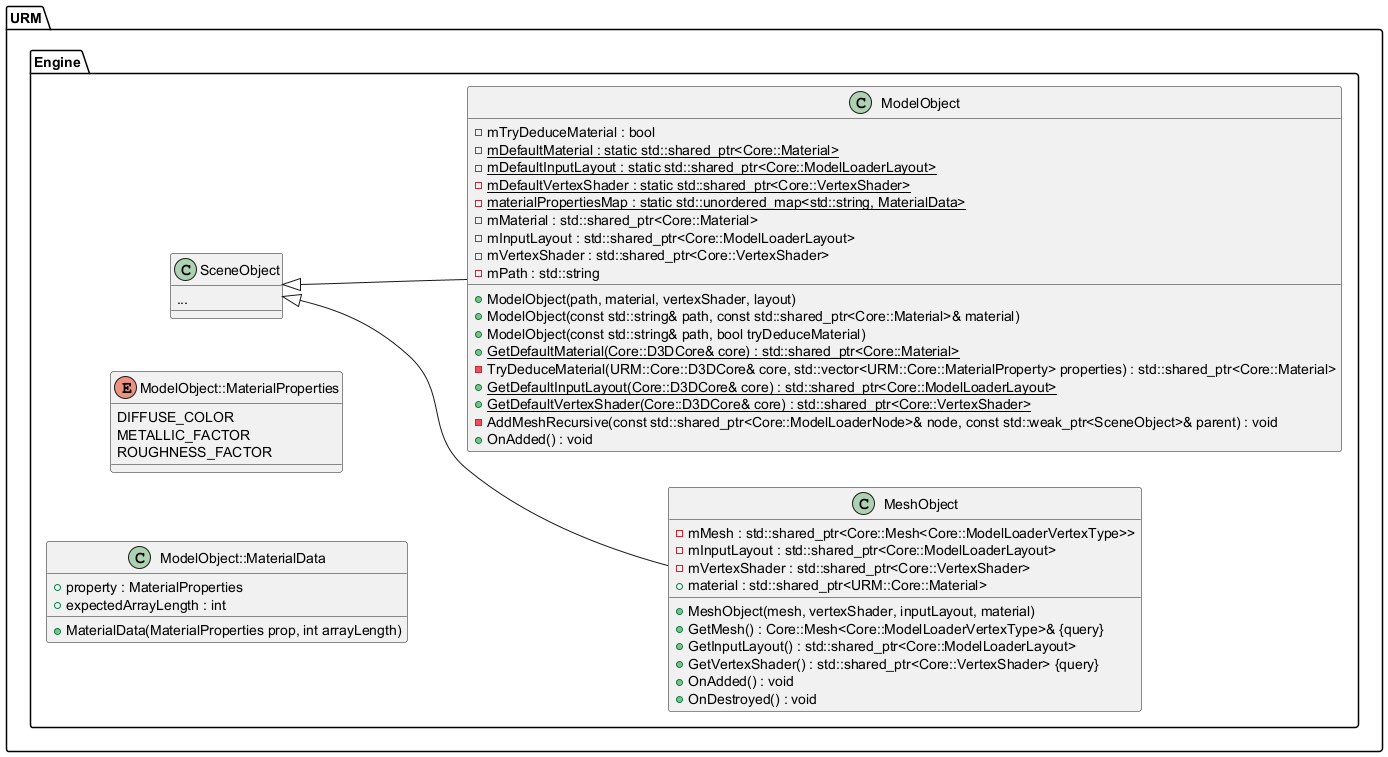
MinikPLayer/MasterThesis_UniversalRenderingModule_D3D11 keeps this PlantUML diagram as Latex/images/UML/sceneobjects_model.png. Above is the earlier version. Source of this version:
```plantuml
@startuml
left to right direction






namespace URM {
	namespace Engine {
		class MeshObject {
+MeshObject(mesh, vertexShader, inputLayout, material)
			+GetMesh() : Core::Mesh<Core::ModelLoaderVertexType>& {query}
			-mMesh : std::shared_ptr<Core::Mesh<Core::ModelLoaderVertexType>>
			+GetInputLayout() : std::shared_ptr<Core::ModelLoaderLayout>
			-mInputLayout : std::shared_ptr<Core::ModelLoaderLayout>
			+GetVertexShader() : std::shared_ptr<Core::VertexShader> {query}
			-mVertexShader : std::shared_ptr<Core::VertexShader>
			+material : std::shared_ptr<URM::Core::Material>
			+OnAdded() : void
			+OnDestroyed() : void
		}

		class ModelObject {
+ModelObject(path, material, vertexShader, layout)
			+ModelObject(const std::string& path, const std::shared_ptr<Core::Material>& material)
			+ModelObject(const std::string& path, bool tryDeduceMaterial)
			-mTryDeduceMaterial : bool
			-{static} mDefaultMaterial : static std::shared_ptr<Core::Material>
			-{static} mDefaultInputLayout : static std::shared_ptr<Core::ModelLoaderLayout>
			-{static} mDefaultVertexShader : static std::shared_ptr<Core::VertexShader>
			-{static} materialPropertiesMap : static std::unordered_map<std::string, MaterialData>
			+{static} GetDefaultMaterial(Core::D3DCore& core) : std::shared_ptr<Core::Material>
			-TryDeduceMaterial(URM::Core::D3DCore& core, std::vector<URM::Core::MaterialProperty> properties) : std::shared_ptr<Core::Material>
			-mMaterial : std::shared_ptr<Core::Material>
			+{static} GetDefaultInputLayout(Core::D3DCore& core) : std::shared_ptr<Core::ModelLoaderLayout>
			-mInputLayout : std::shared_ptr<Core::ModelLoaderLayout>
			+{static} GetDefaultVertexShader(Core::D3DCore& core) : std::shared_ptr<Core::VertexShader>
			-mVertexShader : std::shared_ptr<Core::VertexShader>
			-mPath : std::string
			-AddMeshRecursive(const std::shared_ptr<Core::ModelLoaderNode>& node, const std::weak_ptr<SceneObject>& parent) : void
			+OnAdded() : void
		}

		class SceneObject {
		...
		}

		enum ModelObject::MaterialProperties {
			DIFFUSE_COLOR
			METALLIC_FACTOR
			ROUGHNESS_FACTOR
		}

		class ModelObject::MaterialData {
			+MaterialData(MaterialProperties prop, int arrayLength)
			+property : MaterialProperties
			+expectedArrayLength : int
		}
	}
}






URM.Engine.SceneObject <|-- URM.Engine.MeshObject


URM.Engine.SceneObject <|-- URM.Engine.ModelObject













URM.Engine.ModelObject +-- URM.Engine.ModelObject.MaterialData


URM.Engine.ModelObject +-- URM.Engine.ModelObject.MaterialProperties




@enduml
```
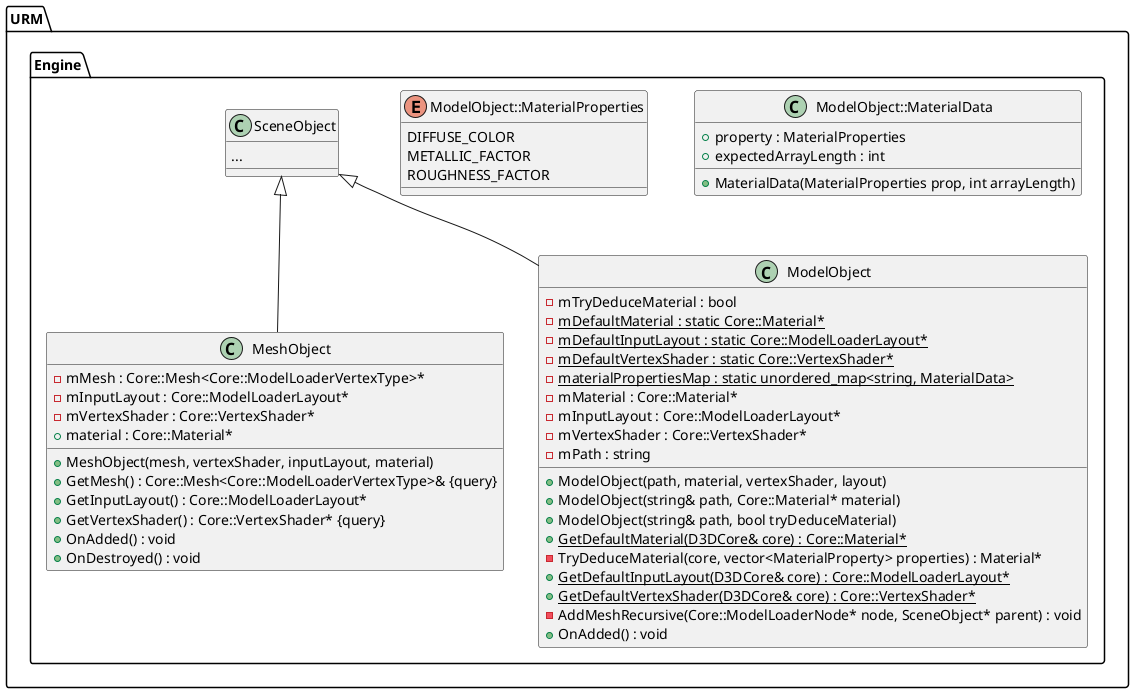
After the change.

What changed in the source:
```diff
@@ -1,5 +1,5 @@
 @startuml
-left to right direction
+top to bottom direction
 
 
 
@@ -11,34 +11,34 @@
 		class MeshObject {
 +MeshObject(mesh, vertexShader, inputLayout, material)
 			+GetMesh() : Core::Mesh<Core::ModelLoaderVertexType>& {query}
-			-mMesh : std::shared_ptr<Core::Mesh<Core::ModelLoaderVertexType>>
-			+GetInputLayout() : std::shared_ptr<Core::ModelLoaderLayout>
-			-mInputLayout : std::shared_ptr<Core::ModelLoaderLayout>
-			+GetVertexShader() : std::shared_ptr<Core::VertexShader> {query}
-			-mVertexShader : std::shared_ptr<Core::VertexShader>
-			+material : std::shared_ptr<URM::Core::Material>
+			-mMesh : Core::Mesh<Core::ModelLoaderVertexType>*
+			+GetInputLayout() : Core::ModelLoaderLayout*
+			-mInputLayout : Core::ModelLoaderLayout*
+			+GetVertexShader() : Core::VertexShader* {query}
+			-mVertexShader : Core::VertexShader*
+			+material : Core::Material*
 			+OnAdded() : void
 			+OnDestroyed() : void
 		}
 
 		class ModelObject {
 +ModelObject(path, material, vertexShader, layout)
-			+ModelObject(const std::string& path, const std::shared_ptr<Core::Material>& material)
-			+ModelObject(const std::string& path, bool tryDeduceMaterial)
+			+ModelObject(string& path, Core::Material* material)
+			+ModelObject(string& path, bool tryDeduceMaterial)
 			-mTryDeduceMaterial : bool
-			-{static} mDefaultMaterial : static std::shared_ptr<Core::Material>
-			-{static} mDefaultInputLayout : static std::shared_ptr<Core::ModelLoaderLayout>
-			-{static} mDefaultVertexShader : static std::shared_ptr<Core::VertexShader>
-			-{static} materialPropertiesMap : static std::unordered_map<std::string, MaterialData>
-			+{static} GetDefaultMaterial(Core::D3DCore& core) : std::shared_ptr<Core::Material>
-			-TryDeduceMaterial(URM::Core::D3DCore& core, std::vector<URM::Core::MaterialProperty> properties) : std::shared_ptr<Core::Material>
-			-mMaterial : std::shared_ptr<Core::Material>
-			+{static} GetDefaultInputLayout(Core::D3DCore& core) : std::shared_ptr<Core::ModelLoaderLayout>
-			-mInputLayout : std::shared_ptr<Core::ModelLoaderLayout>
-			+{static} GetDefaultVertexShader(Core::D3DCore& core) : std::shared_ptr<Core::VertexShader>
-			-mVertexShader : std::shared_ptr<Core::VertexShader>
-			-mPath : std::string
-			-AddMeshRecursive(const std::shared_ptr<Core::ModelLoaderNode>& node, const std::weak_ptr<SceneObject>& parent) : void
+			-{static} mDefaultMaterial : static Core::Material*
+			-{static} mDefaultInputLayout : static Core::ModelLoaderLayout*
+			-{static} mDefaultVertexShader : static Core::VertexShader*
+			-{static} materialPropertiesMap : static unordered_map<string, MaterialData>
+			+{static} GetDefaultMaterial(D3DCore& core) : Core::Material*
+-TryDeduceMaterial(core, vector<MaterialProperty> properties) : Material*
+			-mMaterial : Core::Material*
+			+{static} GetDefaultInputLayout(D3DCore& core) : Core::ModelLoaderLayout*
+			-mInputLayout : Core::ModelLoaderLayout*
+			+{static} GetDefaultVertexShader(D3DCore& core) : Core::VertexShader*
+			-mVertexShader : Core::VertexShader*
+			-mPath : string
+			-AddMeshRecursive(Core::ModelLoaderNode* node, SceneObject* parent) : void
 			+OnAdded() : void
 		}
 
```
